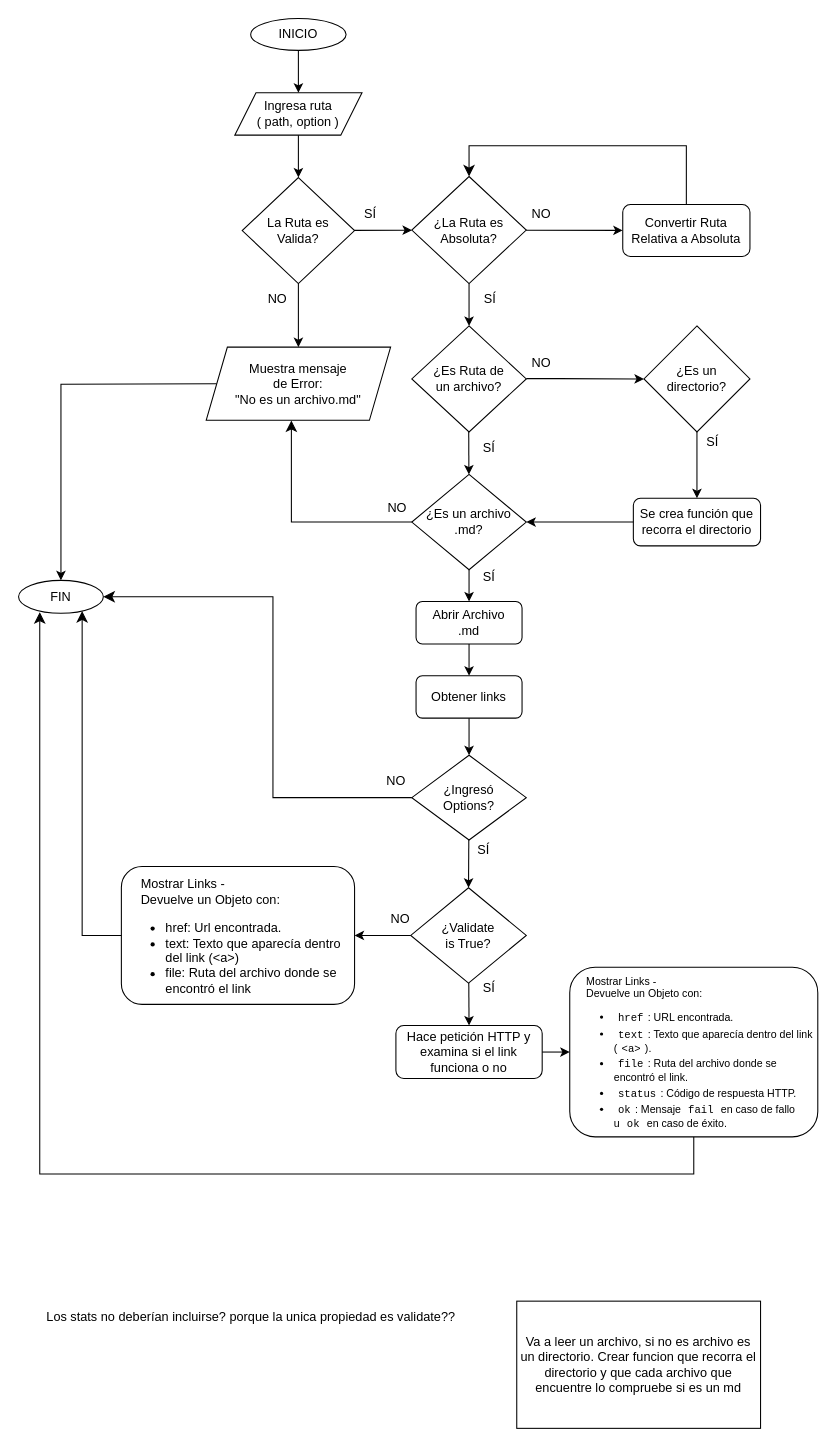
This is MDLink.drawio from NellyCN/DEV003-md-links, a draw.io file, before an edit. Source tidied: cells renumbered, new cells numbered last; positions are measured from the earlier drawing's top-left corner, leaving out a move shared by most shapes. Both pictures are drawn from the tidied source at 106%, with x=0, y=0 at pixel (18, 18).
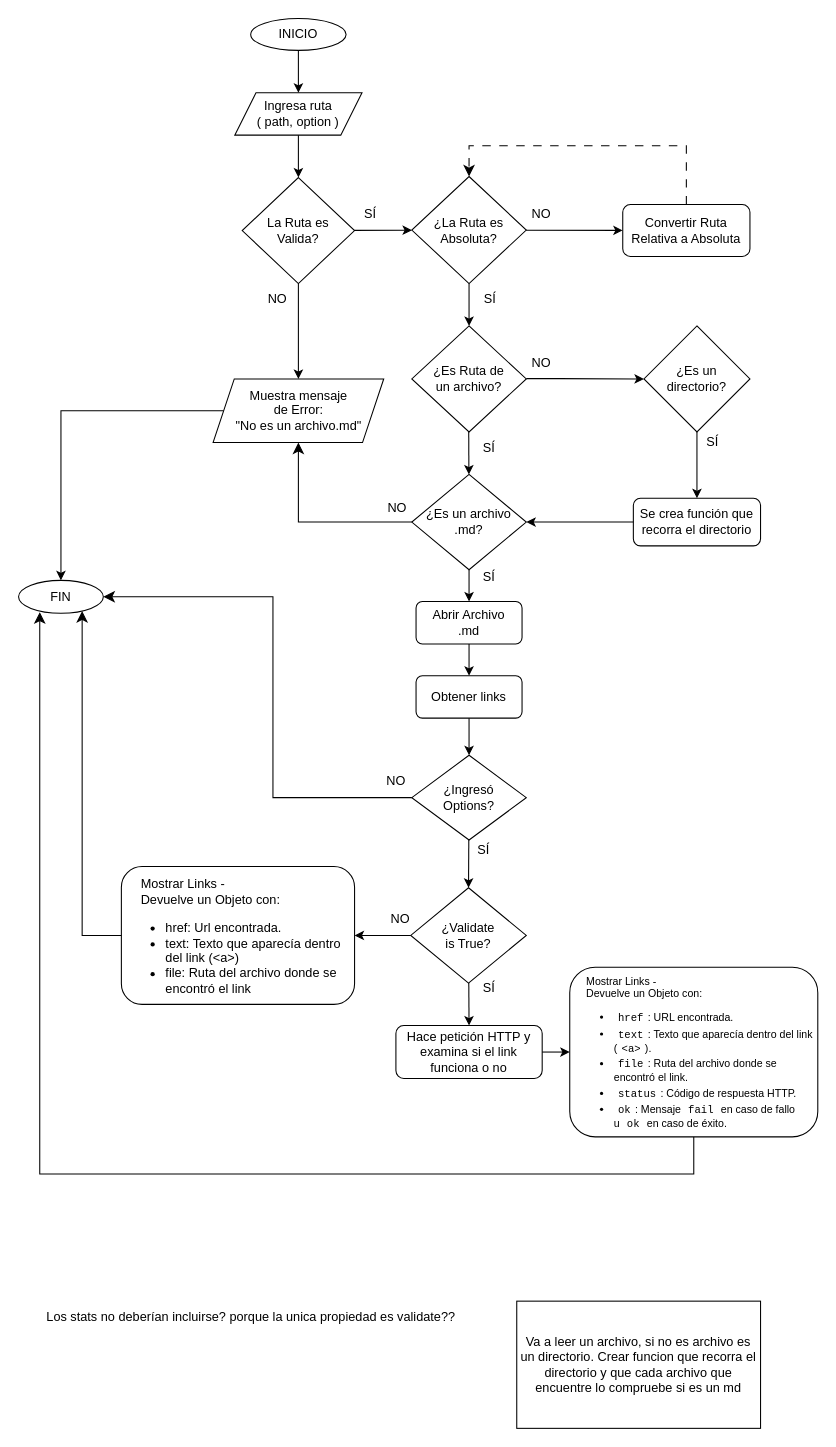
Above is the later version.

The change refers to these unchanged cells:
```xml
<mxCell id="11" value="Convertir Ruta Relativa a Absoluta" style="rounded=1;whiteSpace=wrap;html=1;" parent="1" vertex="1">
  <mxGeometry x="570" y="175.5" width="120" height="49" as="geometry" />
</mxCell>
<mxCell id="12" value="¿La Ruta es Absoluta?" style="rhombus;whiteSpace=wrap;html=1;" parent="1" vertex="1">
  <mxGeometry x="371" y="149" width="108" height="101" as="geometry" />
</mxCell>
<mxCell id="14" value="FIN" style="ellipse;whiteSpace=wrap;html=1;" parent="1" vertex="1">
  <mxGeometry y="530" width="80" height="31" as="geometry" />
</mxCell>
<mxCell id="28" value="¿Es un&amp;nbsp;archivo&lt;br&gt;.md?" style="rhombus;whiteSpace=wrap;html=1;" parent="1" vertex="1">
  <mxGeometry x="371" y="430" width="108" height="90" as="geometry" />
</mxCell>
```

Diff of the diagram source:
```diff
@@
     <mxCell id="13" style="endArrow=classic;html=1;rounded=0;startArrow=none;entryX=0.5;entryY=0;entryDx=0;entryDy=0;exitX=0;exitY=0.5;exitDx=0;exitDy=0;" parent="1" edge="1" source="20" target="14">
       <mxGeometry relative="1" as="geometry">
         <Array as="points">
-          <mxPoint x="40" y="345" />
+          <mxPoint x="40" y="370" />
         </Array>
       </mxGeometry>
     </mxCell>
@@
     <mxCell id="20" value="Muestra mensaje&lt;br&gt;de Error: &lt;br&gt;&quot;No es un archivo.md&quot;" style="shape=parallelogram;perimeter=parallelogramPerimeter;whiteSpace=wrap;html=1;fixedSize=1;" parent="1" vertex="1">
-      <mxGeometry x="177" y="310" width="174" height="69" as="geometry" />
+      <mxGeometry x="183.5" y="340" width="161" height="60" as="geometry" />
     </mxCell>
@@
-    <mxCell id="26" style="edgeStyle=segmentEdgeStyle;endArrow=classic;html=1;curved=0;rounded=0;endSize=8;startSize=8;exitX=0.5;exitY=0;exitDx=0;exitDy=0;" parent="1" edge="1" source="11" target="12">
+    <mxCell id="26" style="edgeStyle=segmentEdgeStyle;endArrow=classic;html=1;curved=0;rounded=0;endSize=8;startSize=8;exitX=0.5;exitY=0;exitDx=0;exitDy=0;dashed=1;dashPattern=8 8;" parent="1" edge="1" source="11" target="12">
       <mxGeometry relative="1" as="geometry">
         <Array as="points">
           <mxPoint x="630" y="120" />
           <mxPoint x="425" y="120" />
         </Array>
       </mxGeometry>
     </mxCell>
@@
-    <mxCell id="49" style="edgeStyle=segmentEdgeStyle;endArrow=classic;html=1;curved=0;rounded=0;endSize=8;startSize=8;entryX=0.462;entryY=1.002;entryDx=0;entryDy=0;entryPerimeter=0;exitX=0;exitY=0.5;exitDx=0;exitDy=0;" parent="1" edge="1" source="28" target="20">
+    <mxCell id="49" style="edgeStyle=segmentEdgeStyle;endArrow=classic;html=1;curved=0;rounded=0;endSize=8;startSize=8;entryX=0.5;entryY=1;entryDx=0;entryDy=0;exitX=0;exitY=0.5;exitDx=0;exitDy=0;" parent="1" edge="1" source="28" target="20">
       <mxGeometry relative="1" as="geometry">
         <Array as="points">
-          <mxPoint x="257" y="475" />
+          <mxPoint x="264" y="475" />
         </Array>
       </mxGeometry>
     </mxCell>
```
